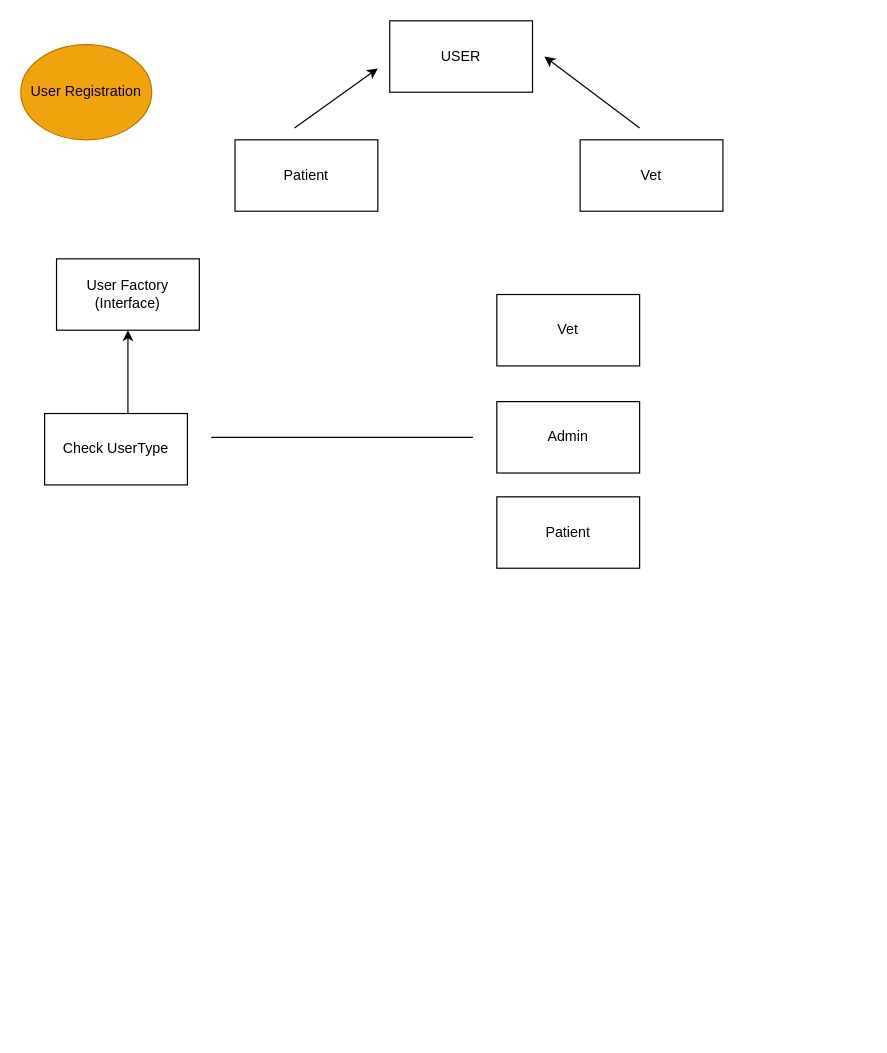
This is pet-care/src/main/java/com/majesty/pet_care/diagram/diagram.drawio from jacob-majesty/pet-care, a draw.io file, before an edit. Source tidied: cells renumbered, new cells numbered last; positions are measured from the earlier drawing's top-left corner, leaving out a move shared by most shapes. Both pictures are drawn from the tidied source at 119%, with x=0, y=0 at pixel (20, 20).
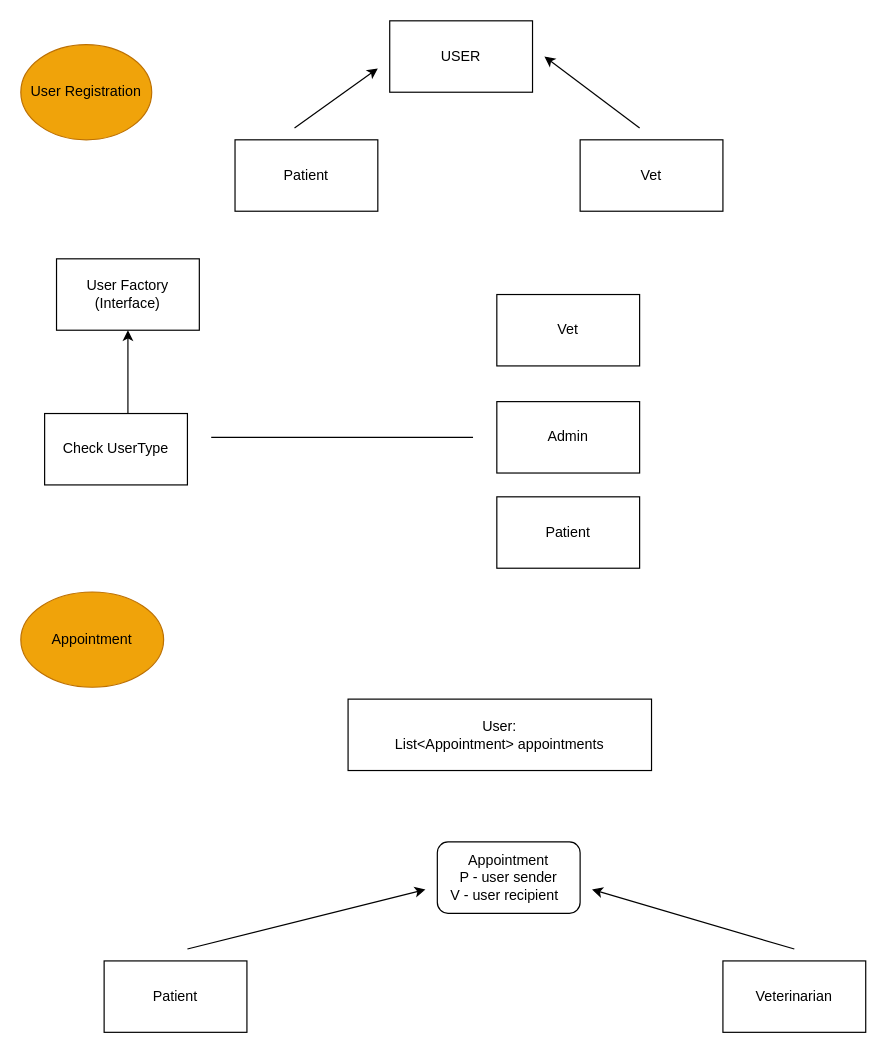
The same page after the edit.

Commit message (it also covers changes not shown here):
Creating Appointment Service

What changed in the source:
```diff
@@
+    <mxCell id="15" value="Appointment" style="ellipse;whiteSpace=wrap;html=1;fillColor=#f0a30a;fontColor=#000000;strokeColor=#BD7000;" parent="1" vertex="1">
+      <mxGeometry y="480" width="120" height="80" as="geometry" />
+    </mxCell>
+    <mxCell id="16" value="User:&lt;br&gt;List&amp;lt;Appointment&amp;gt; appointments" style="rounded=0;whiteSpace=wrap;html=1;" parent="1" vertex="1">
+      <mxGeometry x="275" y="570" width="255" height="60" as="geometry" />
+    </mxCell>
+    <mxCell id="17" value="Patient" style="rounded=0;whiteSpace=wrap;html=1;" parent="1" vertex="1">
+      <mxGeometry x="70" y="790" width="120" height="60" as="geometry" />
+    </mxCell>
+    <mxCell id="18" value="Veterinarian" style="rounded=0;whiteSpace=wrap;html=1;" parent="1" vertex="1">
+      <mxGeometry x="590" y="790" width="120" height="60" as="geometry" />
+    </mxCell>
+    <mxCell id="19" value="Appointment&lt;br&gt;P - user sender&lt;br&gt;V - user recipient&amp;nbsp;&amp;nbsp;" style="rounded=1;whiteSpace=wrap;html=1;" parent="1" vertex="1">
+      <mxGeometry x="350" y="690" width="120" height="60" as="geometry" />
+    </mxCell>
+    <mxCell id="20" style="endArrow=classic;html=1;" parent="1" edge="1">
+      <mxGeometry relative="1" as="geometry">
+        <mxPoint x="140" y="780" as="sourcePoint" />
+        <mxPoint x="340" y="730" as="targetPoint" />
+      </mxGeometry>
+    </mxCell>
+    <mxCell id="21" style="endArrow=classic;html=1;" parent="1" edge="1">
+      <mxGeometry relative="1" as="geometry">
+        <mxPoint x="650" y="780" as="sourcePoint" />
+        <mxPoint x="480" y="730" as="targetPoint" />
+      </mxGeometry>
+    </mxCell>
```
